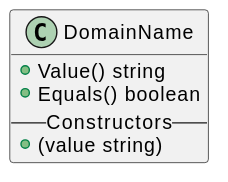
The PlantUML diagram diagrams/uri/domain-name.svg in attestify/kernel-specification, before a commit.
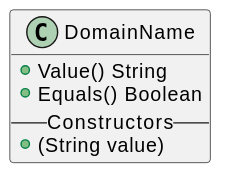
Above is the later version.

The edit, as a diff of the source:
```diff
@@ -1,10 +1,10 @@
 @startuml
 
 class DomainName {
-+ Value() string
-+ Equals() boolean
++ Value() String
++ Equals() Boolean
 -- Constructors --
-+ (value string)
++ (String value)
 }
 
 @enduml
```
